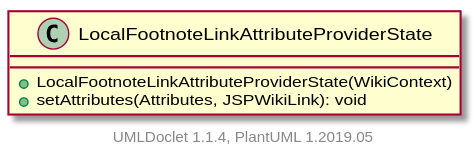
apache/jspwiki-site keeps this PlantUML diagram as apidocs/2.11.0.M7-SNAPSHOT/org/apache/wiki/markdown/extensions/jspwikilinks/attributeprovider/LocalFootnoteLinkAttributeProviderState.svg. Above is the earlier version.
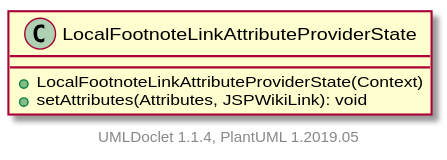
After the change.

What changed in the source:
```diff
@@ -1,7 +1,7 @@
 @startuml
 
     class LocalFootnoteLinkAttributeProviderState [[LocalFootnoteLinkAttributeProviderState.html]] {
-        +LocalFootnoteLinkAttributeProviderState(WikiContext)
+        +LocalFootnoteLinkAttributeProviderState(Context)
         +setAttributes(Attributes, JSPWikiLink): void
     }
 
```
